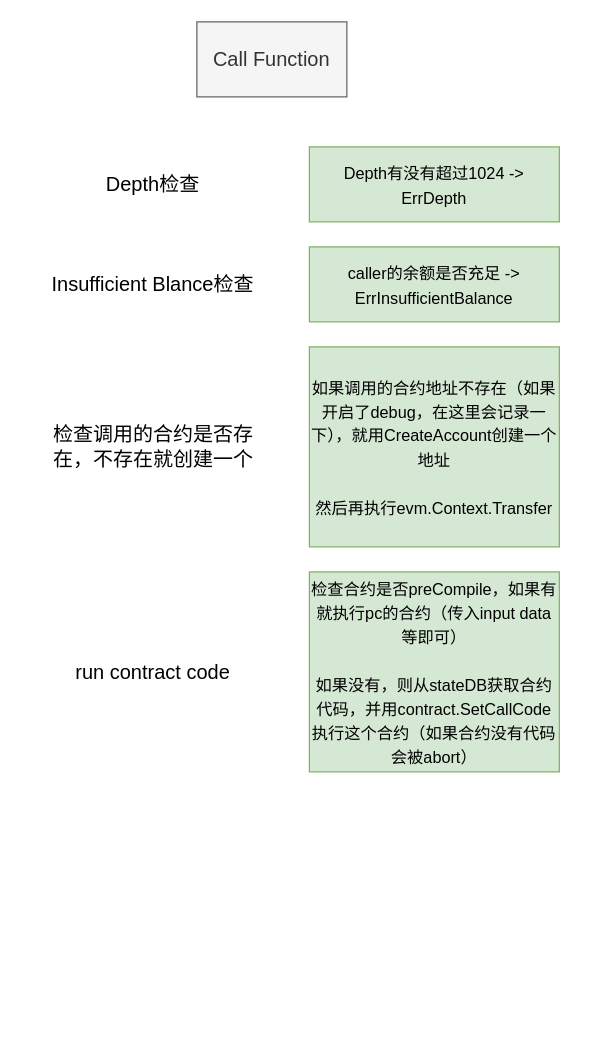
Before: evm/evm.go & call func.drawio in 0xyicheng/a-research-diagram, a draw.io diagram. Source tidied: cells renumbered, new cells numbered last; positions are measured from the earlier drawing's top-left corner, leaving out a move shared by most shapes. Both pictures are drawn from the tidied source at 125%, with x=0, y=0 at pixel (36, 21).
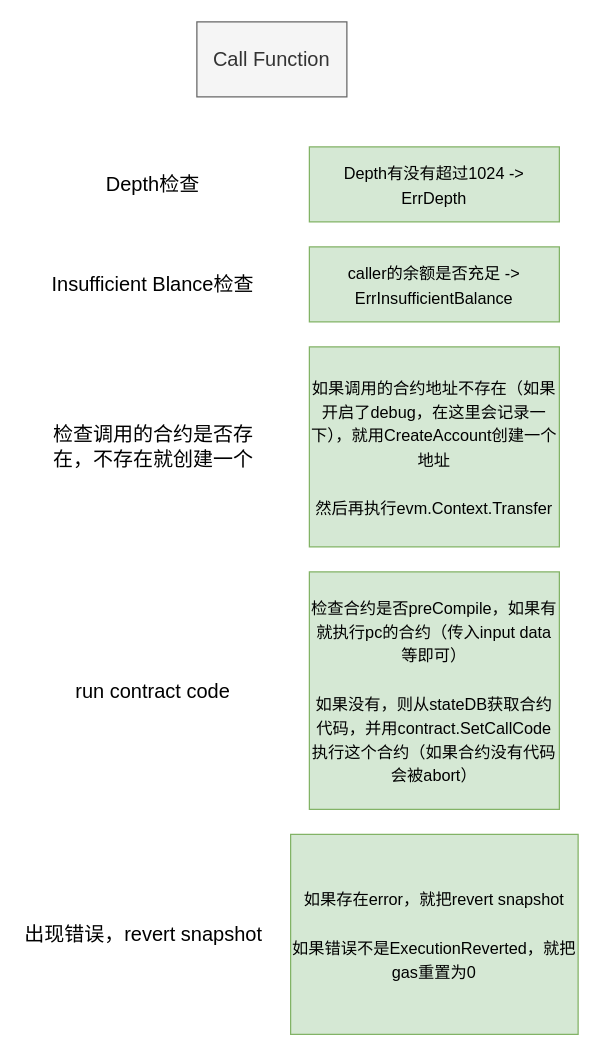
The same page after the edit.

What changed in the source:
```diff
@@
 <mxGraphModel>
   <root>
     <mxCell id="0" />
     <mxCell id="1" parent="0" />
     <mxCell id="2" value="&lt;font style=&quot;font-size: 16px;&quot;&gt;Call Function&lt;/font&gt;" style="rounded=0;whiteSpace=wrap;html=1;fillColor=#f5f5f5;fontColor=#333333;strokeColor=#666666;" parent="1" vertex="1">
       <mxGeometry x="128" width="120" height="60" as="geometry" />
     </mxCell>
     <mxCell id="3" value="&lt;font style=&quot;font-size: 13px;&quot;&gt;Depth有没有超过1024 -&amp;gt; ErrDepth&lt;/font&gt;" style="rounded=0;whiteSpace=wrap;html=1;fontSize=16;fillColor=#d5e8d4;strokeColor=#82b366;" parent="1" vertex="1">
       <mxGeometry x="218" y="100" width="200" height="60" as="geometry" />
     </mxCell>
     <mxCell id="4" value="&lt;span style=&quot;font-size: 13px;&quot;&gt;caller的余额是否充足 -&amp;gt; ErrInsufficientBalance&lt;/span&gt;" style="rounded=0;whiteSpace=wrap;html=1;fontSize=16;fillColor=#d5e8d4;strokeColor=#82b366;" parent="1" vertex="1">
       <mxGeometry x="218" y="180" width="200" height="60" as="geometry" />
     </mxCell>
     <mxCell id="5" value="&lt;span style=&quot;font-size: 13px;&quot;&gt;如果调用的合约地址不存在（如果开启了debug，在这里会记录一下），就用CreateAccount创建一个地址&lt;br&gt;&lt;br&gt;然后再执行evm.Context.Transfer&lt;br&gt;&lt;/span&gt;" style="rounded=0;whiteSpace=wrap;html=1;fontSize=16;fillColor=#d5e8d4;strokeColor=#82b366;" parent="1" vertex="1">
       <mxGeometry x="218" y="260" width="200" height="160" as="geometry" />
     </mxCell>
     <mxCell id="6" value="&lt;span style=&quot;font-size: 13px;&quot;&gt;检查合约是否preCompile，如果有就执行pc的合约（传入input data等即可）&lt;br&gt;&lt;br&gt;如果没有，则从stateDB获取合约代码，并用contract.SetCallCode执行这个合约（如果合约没有代码会被abort）&lt;br&gt;&lt;/span&gt;" style="rounded=0;whiteSpace=wrap;html=1;fontSize=16;fillColor=#d5e8d4;strokeColor=#82b366;" parent="1" vertex="1">
-      <mxGeometry x="218" y="440" width="200" height="160" as="geometry" />
+      <mxGeometry x="218" y="440" width="200" height="190" as="geometry" />
     </mxCell>
     <mxCell id="7" value="&lt;font style=&quot;font-size: 16px;&quot;&gt;Depth检查&lt;/font&gt;" style="text;html=1;strokeColor=none;fillColor=none;align=center;verticalAlign=middle;whiteSpace=wrap;rounded=0;fontSize=13;" parent="1" vertex="1">
       <mxGeometry x="48" y="115" width="90" height="30" as="geometry" />
     </mxCell>
     <mxCell id="8" value="&lt;font style=&quot;font-size: 16px;&quot;&gt;Insufficient Blance检查&lt;/font&gt;" style="text;html=1;strokeColor=none;fillColor=none;align=center;verticalAlign=middle;whiteSpace=wrap;rounded=0;fontSize=13;" parent="1" vertex="1">
       <mxGeometry x="3" y="198.8" width="180" height="22.5" as="geometry" />
     </mxCell>
     <mxCell id="9" value="&lt;font style=&quot;font-size: 16px;&quot;&gt;检查调用的合约是否存在，不存在就创建一个&lt;/font&gt;" style="text;html=1;strokeColor=none;fillColor=none;align=center;verticalAlign=middle;whiteSpace=wrap;rounded=0;fontSize=13;" parent="1" vertex="1">
       <mxGeometry x="0.5" y="316.9" width="185" height="46.2" as="geometry" />
     </mxCell>
     <mxCell id="10" value="&lt;font style=&quot;font-size: 16px;&quot;&gt;run contract code&lt;/font&gt;" style="text;html=1;strokeColor=none;fillColor=none;align=center;verticalAlign=middle;whiteSpace=wrap;rounded=0;fontSize=13;" parent="1" vertex="1">
-      <mxGeometry x="18" y="507.5" width="150" height="25" as="geometry" />
+      <mxGeometry x="18" y="522.5" width="150" height="25" as="geometry" />
     </mxCell>
+    <mxCell id="11" value="&lt;span style=&quot;font-size: 16px;&quot;&gt;出现错误，revert snapshot&lt;/span&gt;" style="text;html=1;strokeColor=none;fillColor=none;align=center;verticalAlign=middle;whiteSpace=wrap;rounded=0;fontSize=13;" parent="1" vertex="1">
+      <mxGeometry x="-12" y="710" width="195" height="40" as="geometry" />
+    </mxCell>
+    <mxCell id="12" value="&lt;span style=&quot;font-size: 13px;&quot;&gt;如果存在error，就把revert snapshot&lt;br&gt;&lt;br&gt;如果错误不是ExecutionReverted，就把gas重置为0&lt;br&gt;&lt;/span&gt;" style="rounded=0;whiteSpace=wrap;html=1;fontSize=16;fillColor=#d5e8d4;strokeColor=#82b366;" parent="1" vertex="1">
+      <mxGeometry x="203" y="650" width="230" height="160" as="geometry" />
+    </mxCell>
   </root>
 </mxGraphModel>
```
